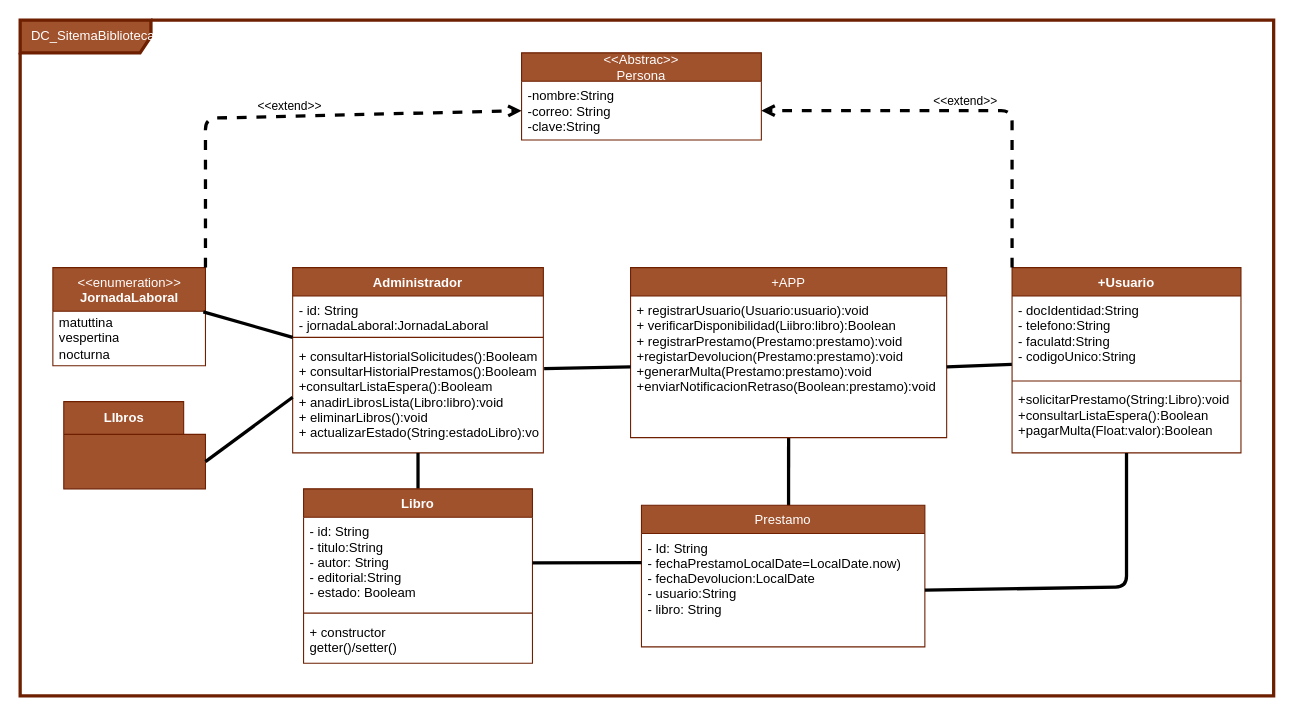
The draw.io diagram Design/DC_SistemaBiblioteca.drawio in htelracs/Library, before the edit. Source tidied: cells renumbered, new cells numbered last; positions are measured from the earlier drawing's top-left corner, leaving out a move shared by most shapes. Both pictures are drawn from the tidied source at 109%, with x=0, y=0 at pixel (20, 20).
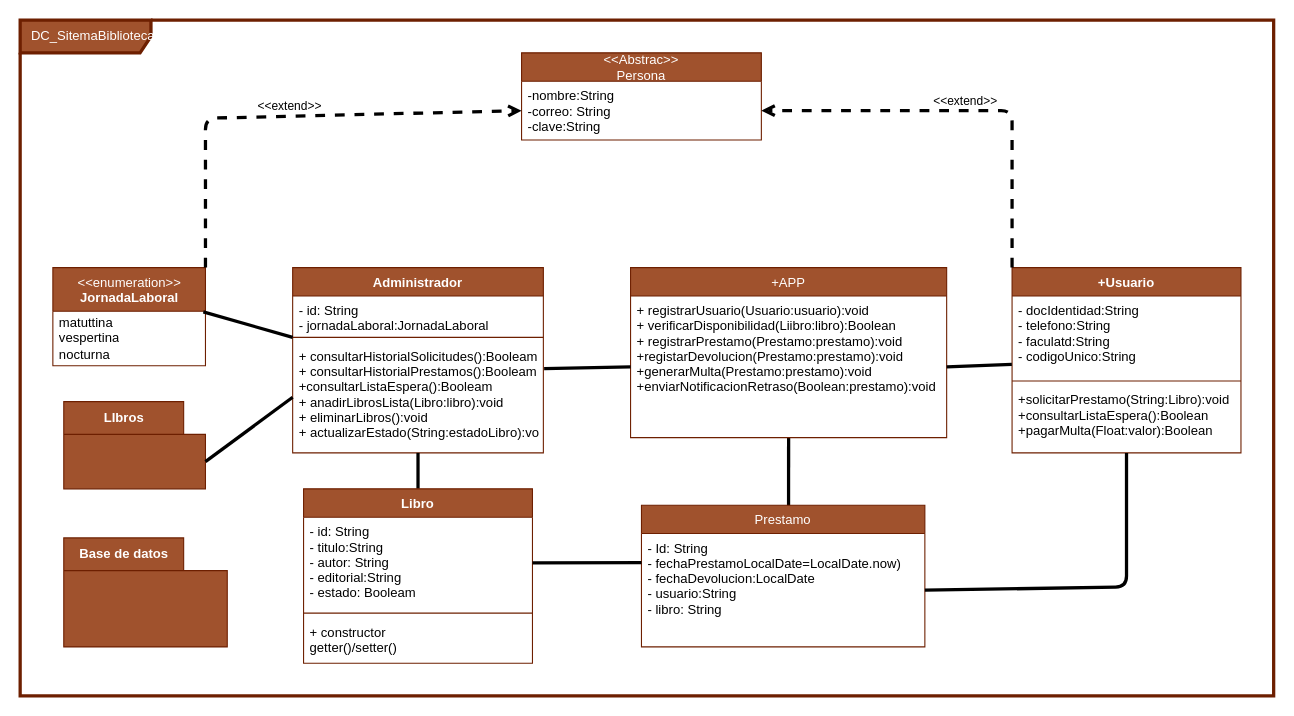
The same diagram, later.

Commit message (it also covers changes not shown here):
Cambios design

What changed in the source:
```diff
@@
+    <mxCell id="35" value="Base de datos" style="shape=folder;fontStyle=1;tabWidth=110;tabHeight=30;tabPosition=left;html=1;boundedLbl=1;labelInHeader=1;fillColor=#a0522d;fontColor=#ffffff;strokeColor=#6D1F00;" parent="1" vertex="1">
+      <mxGeometry x="40" y="475" width="150" height="100" as="geometry" />
+    </mxCell>
+    <mxCell id="36" style="html=1;strokeColor=none;fillColor=none;" parent="35" vertex="1">
+      <mxGeometry width="150" height="70" relative="1" as="geometry">
+        <mxPoint y="30" as="offset" />
+      </mxGeometry>
+    </mxCell>
```
